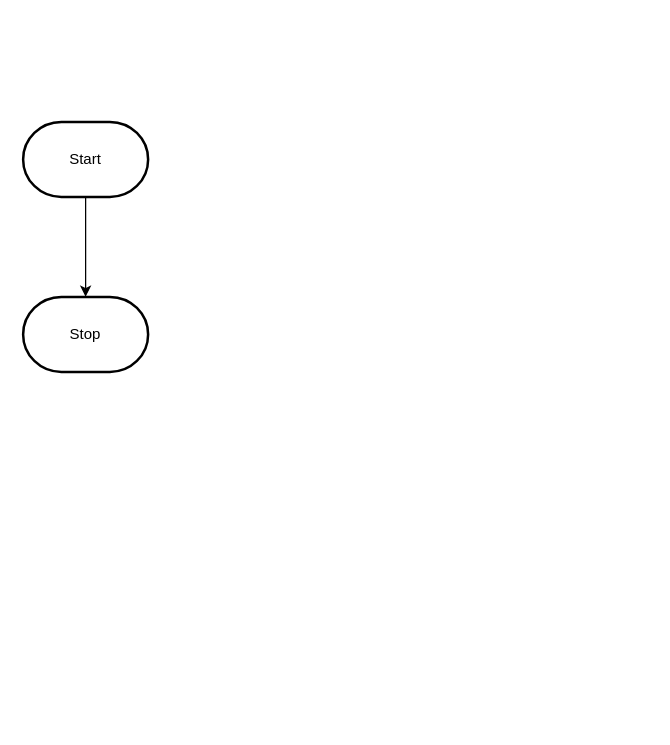
The draw.io diagram design/flowchart.drawio in MTHS-ICS2O-2-2022/ICS2O-Unit-5-02-Mohamad-Tanbari, before the edit. Source tidied: cells renumbered, new cells numbered last; positions are measured from the earlier drawing's top-left corner, leaving out a move shared by most shapes. Both pictures are drawn from the tidied source at 125%, with x=0, y=0 at pixel (22, 121).
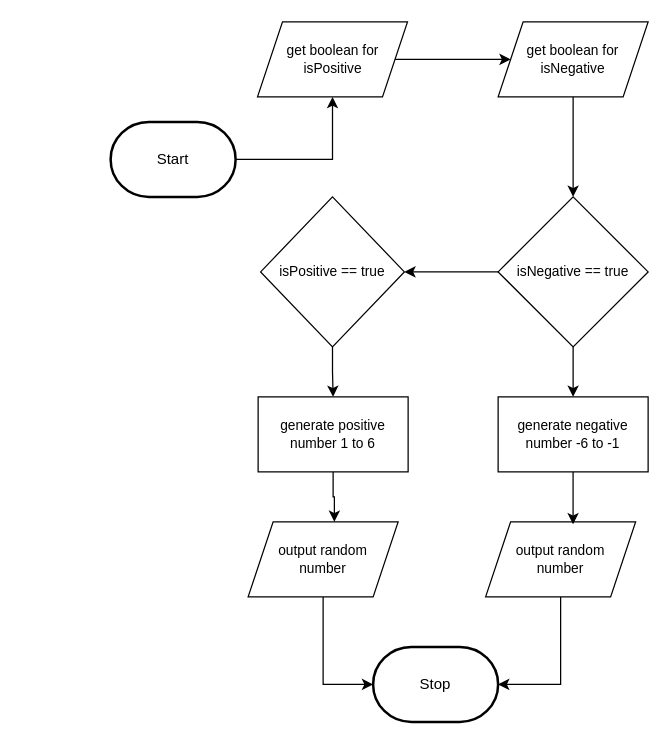
The same page after the edit.

Commit message (it also covers changes not shown here):
made storyboard and flowchart

Diff of the diagram source:
```diff
@@
-    <mxCell id="2" style="edgeStyle=orthogonalEdgeStyle;html=1;rounded=0;" parent="1" edge="1" source="3" target="4">
-      <mxGeometry relative="1" as="geometry" />
-    </mxCell>
+    <mxCell id="5" style="edgeStyle=orthogonalEdgeStyle;shape=connector;rounded=0;html=1;labelBackgroundColor=default;strokeColor=default;fontFamily=Helvetica;fontSize=11;fontColor=default;endArrow=classic;" parent="1" edge="1" source="3" target="8">
+      <mxGeometry relative="1" as="geometry" />
+    </mxCell>
     <mxCell id="3" value="Start" style="strokeWidth=2;html=1;shape=mxgraph.flowchart.terminator;whiteSpace=wrap;" parent="1" vertex="1">
-      <mxGeometry width="100" height="60" as="geometry" />
+      <mxGeometry x="70" width="100" height="60" as="geometry" />
     </mxCell>
     <mxCell id="4" value="Stop" style="strokeWidth=2;html=1;shape=mxgraph.flowchart.terminator;whiteSpace=wrap;" parent="1" vertex="1">
-      <mxGeometry y="140" width="100" height="60" as="geometry" />
+      <mxGeometry x="280" y="420" width="100" height="60" as="geometry" />
     </mxCell>
+    <mxCell id="6" style="edgeStyle=orthogonalEdgeStyle;shape=connector;rounded=0;html=1;entryX=0.5;entryY=0;entryDx=0;entryDy=0;labelBackgroundColor=default;strokeColor=default;fontFamily=Helvetica;fontSize=11;fontColor=default;endArrow=classic;" parent="1" edge="1" source="2" target="11">
+      <mxGeometry relative="1" as="geometry" />
+    </mxCell>
+    <mxCell id="2" value="get boolean for isNegative" style="shape=parallelogram;perimeter=parallelogramPerimeter;whiteSpace=wrap;html=1;fixedSize=1;fontFamily=Helvetica;fontSize=11;fontColor=default;" parent="1" vertex="1">
+      <mxGeometry x="380" y="-80" width="120" height="60" as="geometry" />
+    </mxCell>
+    <mxCell id="7" style="edgeStyle=orthogonalEdgeStyle;shape=connector;rounded=0;html=1;labelBackgroundColor=default;strokeColor=default;fontFamily=Helvetica;fontSize=11;fontColor=default;endArrow=classic;" parent="1" edge="1" source="8" target="2">
+      <mxGeometry relative="1" as="geometry" />
+    </mxCell>
+    <mxCell id="8" value="get boolean for isPositive" style="shape=parallelogram;perimeter=parallelogramPerimeter;whiteSpace=wrap;html=1;fixedSize=1;fontFamily=Helvetica;fontSize=11;fontColor=default;" parent="1" vertex="1">
+      <mxGeometry x="187.5" y="-80" width="120" height="60" as="geometry" />
+    </mxCell>
+    <mxCell id="9" style="edgeStyle=orthogonalEdgeStyle;shape=connector;rounded=0;html=1;labelBackgroundColor=default;strokeColor=default;fontFamily=Helvetica;fontSize=11;fontColor=default;endArrow=classic;" parent="1" edge="1" source="11" target="13">
+      <mxGeometry relative="1" as="geometry" />
+    </mxCell>
+    <mxCell id="10" style="edgeStyle=orthogonalEdgeStyle;shape=connector;rounded=0;html=1;entryX=0.5;entryY=0;entryDx=0;entryDy=0;labelBackgroundColor=default;strokeColor=default;fontFamily=Helvetica;fontSize=11;fontColor=default;endArrow=classic;" parent="1" edge="1" source="11" target="21">
+      <mxGeometry relative="1" as="geometry" />
+    </mxCell>
+    <mxCell id="11" value="isNegative == true" style="rhombus;whiteSpace=wrap;html=1;fontFamily=Helvetica;fontSize=11;fontColor=default;" parent="1" vertex="1">
+      <mxGeometry x="380" y="60" width="120" height="120" as="geometry" />
+    </mxCell>
+    <mxCell id="12" style="edgeStyle=orthogonalEdgeStyle;shape=connector;rounded=0;html=1;entryX=0.5;entryY=0;entryDx=0;entryDy=0;labelBackgroundColor=default;strokeColor=default;fontFamily=Helvetica;fontSize=11;fontColor=default;endArrow=classic;" parent="1" edge="1" source="13" target="19">
+      <mxGeometry relative="1" as="geometry" />
+    </mxCell>
+    <mxCell id="13" value="isPositive == true" style="rhombus;whiteSpace=wrap;html=1;fontSize=11;" parent="1" vertex="1">
+      <mxGeometry x="190" y="60" width="115" height="120" as="geometry" />
+    </mxCell>
+    <mxCell id="14" style="edgeStyle=orthogonalEdgeStyle;shape=connector;rounded=0;html=1;entryX=1;entryY=0.5;entryDx=0;entryDy=0;entryPerimeter=0;labelBackgroundColor=default;strokeColor=default;fontFamily=Helvetica;fontSize=11;fontColor=default;endArrow=classic;" parent="1" edge="1" source="15" target="4">
+      <mxGeometry relative="1" as="geometry" />
+    </mxCell>
+    <mxCell id="15" value="output random &lt;br&gt;number" style="shape=parallelogram;perimeter=parallelogramPerimeter;whiteSpace=wrap;html=1;fixedSize=1;fontFamily=Helvetica;fontSize=11;fontColor=default;" parent="1" vertex="1">
+      <mxGeometry x="370" y="320" width="120" height="60" as="geometry" />
+    </mxCell>
+    <mxCell id="16" style="edgeStyle=orthogonalEdgeStyle;shape=connector;rounded=0;html=1;entryX=0;entryY=0.5;entryDx=0;entryDy=0;entryPerimeter=0;labelBackgroundColor=default;strokeColor=default;fontFamily=Helvetica;fontSize=11;fontColor=default;endArrow=classic;" parent="1" edge="1" source="17" target="4">
+      <mxGeometry relative="1" as="geometry" />
+    </mxCell>
+    <mxCell id="17" value="output random &lt;br&gt;number" style="shape=parallelogram;perimeter=parallelogramPerimeter;whiteSpace=wrap;html=1;fixedSize=1;fontFamily=Helvetica;fontSize=11;fontColor=default;" parent="1" vertex="1">
+      <mxGeometry x="180" y="320" width="120" height="60" as="geometry" />
+    </mxCell>
+    <mxCell id="18" style="edgeStyle=orthogonalEdgeStyle;shape=connector;rounded=0;html=1;entryX=0.575;entryY=0;entryDx=0;entryDy=0;entryPerimeter=0;labelBackgroundColor=default;strokeColor=default;fontFamily=Helvetica;fontSize=11;fontColor=default;endArrow=classic;" parent="1" edge="1" source="19" target="17">
+      <mxGeometry relative="1" as="geometry" />
+    </mxCell>
+    <mxCell id="19" value="generate positive number 1 to 6" style="rounded=0;whiteSpace=wrap;html=1;fontFamily=Helvetica;fontSize=11;fontColor=default;" parent="1" vertex="1">
+      <mxGeometry x="188" y="220" width="120" height="60" as="geometry" />
+    </mxCell>
+    <mxCell id="20" style="edgeStyle=orthogonalEdgeStyle;shape=connector;rounded=0;html=1;entryX=0.583;entryY=0.033;entryDx=0;entryDy=0;entryPerimeter=0;labelBackgroundColor=default;strokeColor=default;fontFamily=Helvetica;fontSize=11;fontColor=default;endArrow=classic;" parent="1" edge="1" source="21" target="15">
+      <mxGeometry relative="1" as="geometry" />
+    </mxCell>
+    <mxCell id="21" value="generate negative number -6 to -1" style="rounded=0;whiteSpace=wrap;html=1;fontFamily=Helvetica;fontSize=11;fontColor=default;" parent="1" vertex="1">
+      <mxGeometry x="380" y="220" width="120" height="60" as="geometry" />
+    </mxCell>
```
